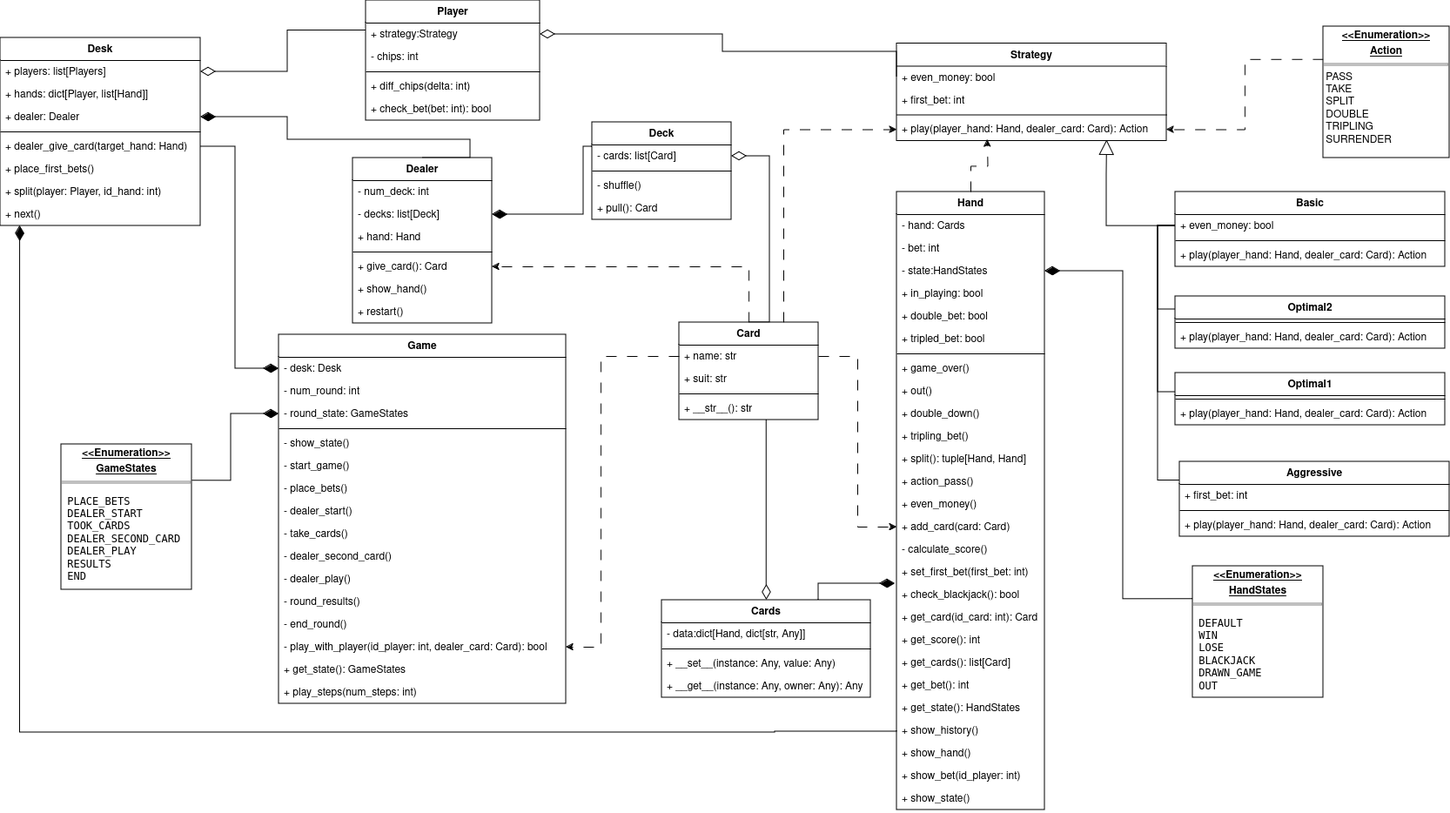
Above: project/game/docs/UML.png in maxscherbakov/spbu-python-course (draw.io), before the change. Source tidied: cells renumbered, new cells last; positions are measured from the earlier drawing's top-left corner, leaving out a move shared by most shapes.
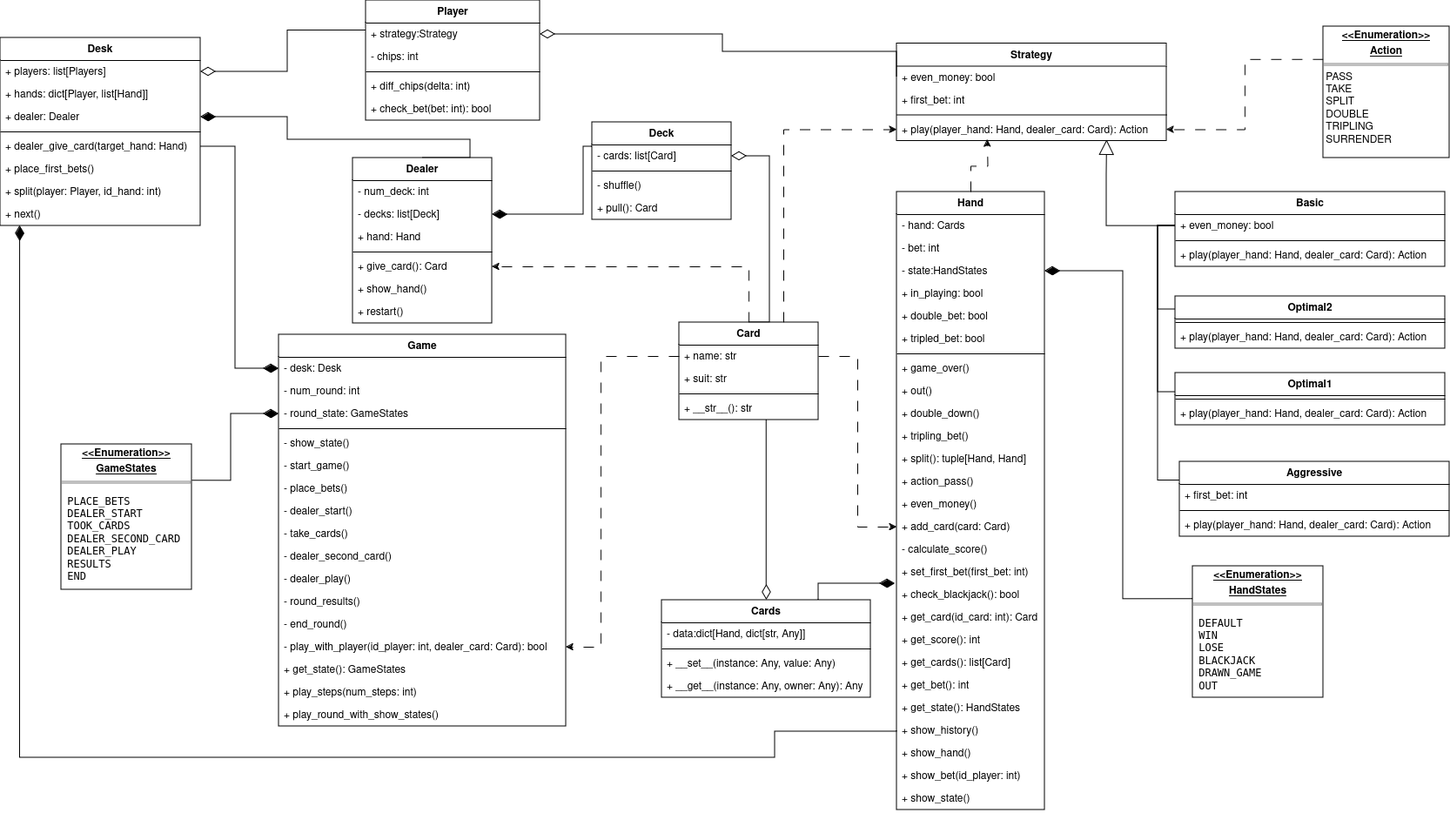
The same diagram one commit later.

Commit message:
add play_round_with_show_states for Game

The edit, as a diff of the source:
```diff
@@ -144,8 +144,8 @@
         <Array as="points">
           <mxPoint x="1030" y="840" />
           <mxPoint x="890" y="840" />
-          <mxPoint x="890" y="841" />
-          <mxPoint x="23" y="841" />
+          <mxPoint x="890" y="870" />
+          <mxPoint x="23" y="870" />
         </Array>
       </mxGeometry>
     </mxCell>
@@ -261,7 +261,7 @@
       <mxGeometry y="190" width="230" height="26" as="geometry" />
     </mxCell>
     <mxCell id="80" value="Game" style="swimlane;fontStyle=1;align=center;verticalAlign=top;horizontal=1;startSize=26;whiteSpace=wrap;html=1;" parent="1" vertex="1">
-      <mxGeometry x="320" y="384" width="330" height="424" as="geometry" />
+      <mxGeometry x="320" y="384" width="330" height="450" as="geometry" />
     </mxCell>
     <mxCell id="81" value="- desk: Desk" style="text;strokeColor=none;fillColor=none;align=left;verticalAlign=top;spacingLeft=4;spacingRight=4;overflow=hidden;points=[[0,0.5],[1,0.5]];portConstraint=eastwest;whiteSpace=wrap;html=1;" parent="80" vertex="1">
       <mxGeometry y="26" width="330" height="26" as="geometry" />
@@ -311,6 +311,9 @@
     <mxCell id="96" value="+ play_steps(num_steps: int)" style="text;strokeColor=none;fillColor=none;align=left;verticalAlign=top;spacingLeft=4;spacingRight=4;overflow=hidden;whiteSpace=wrap;html=1;" parent="80" vertex="1">
       <mxGeometry y="398" width="330" height="26" as="geometry" />
     </mxCell>
+    <mxCell id="129" value="+ play_round_with_show_states()" style="text;strokeColor=none;fillColor=none;align=left;verticalAlign=top;spacingLeft=4;spacingRight=4;overflow=hidden;whiteSpace=wrap;html=1;" parent="80" vertex="1">
+      <mxGeometry y="424" width="330" height="26" as="geometry" />
+    </mxCell>
     <mxCell id="97" style="edgeStyle=orthogonalEdgeStyle;rounded=0;jettySize=auto;html=1;exitX=0;exitY=0.25;exitDx=0;exitDy=0;entryX=1;entryY=0.5;entryDx=0;entryDy=0;endArrow=diamondThin;endFill=0;endSize=15;" parent="1" edge="1" source="2" target="72">
       <mxGeometry relative="1" as="geometry" />
     </mxCell>
```
